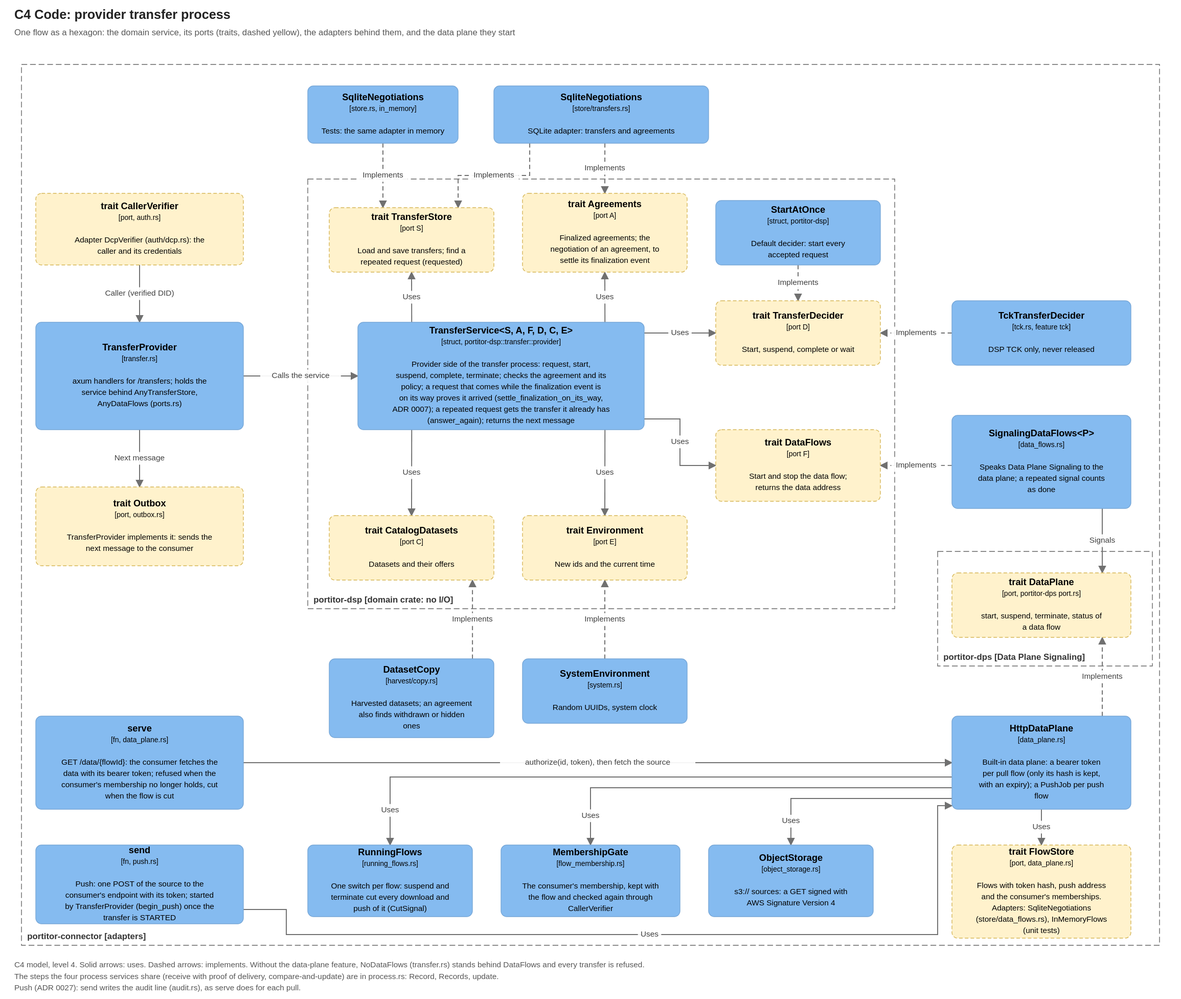
Before: docs/diagrams/c4-transfer-code.drawio.svg, a diagram exported from draw.io (brunopacheco1/portitor). Source tidied: cells renumbered, new cells last; positions are measured from the earlier drawing's top-left corner, leaving out a move shared by most shapes.
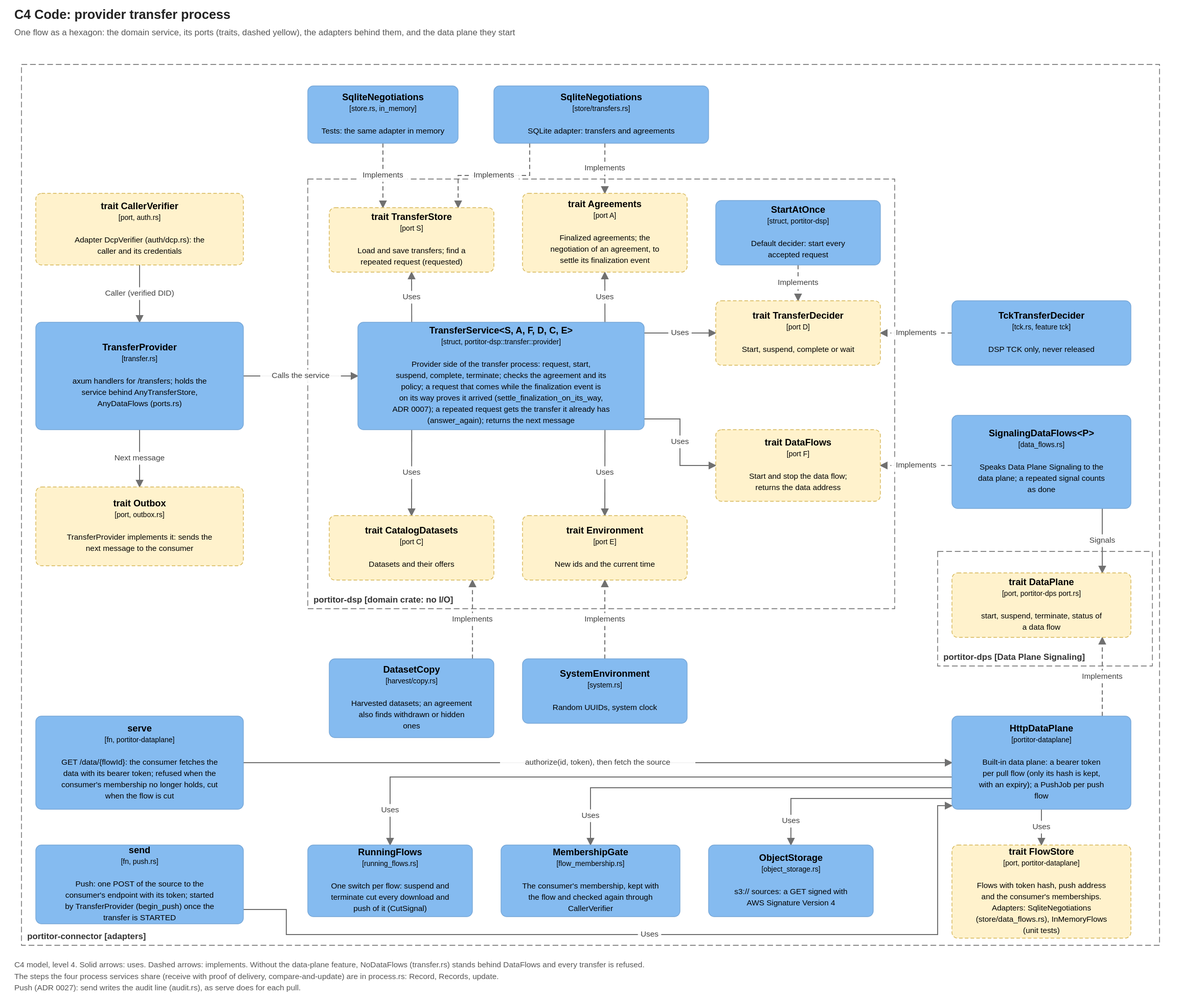
After the change.

Commit message:
Name the data plane crate in the C3 and C4 diagrams

Claude-Session: https://claude.ai/code/session_01Xc1UKxdiG8DmTb2Hs3zFeP

Change to the diagram source:
```diff
@@ -56,10 +56,10 @@
     <mxCell id="19" value="&lt;b&gt;trait DataPlane&lt;/b&gt;&lt;br&gt;&lt;font style=&quot;font-size:10px&quot;&gt;[port, portitor-dps port.rs]&lt;/font&gt;&lt;br&gt;&lt;br&gt;&lt;font style=&quot;font-size:11px&quot;&gt;start, suspend, terminate, status of a data flow&lt;/font&gt;" style="rounded=1;arcSize=8;dashed=1;whiteSpace=wrap;html=1;fillColor=#FFF2CC;strokeColor=#D6B656;fontColor=#000000;fontSize=13;align=center;verticalAlign=middle;c4Kind=port;c4Name=trait DataPlane;" parent="1" vertex="1">
       <mxGeometry x="1310" y="710" width="250" height="90" as="geometry" />
     </mxCell>
-    <mxCell id="20" value="&lt;b&gt;HttpDataPlane&lt;/b&gt;&lt;br&gt;&lt;font style=&quot;font-size:10px&quot;&gt;[data_plane.rs]&lt;/font&gt;&lt;br&gt;&lt;br&gt;&lt;font style=&quot;font-size:11px&quot;&gt;Built-in data plane: a bearer token per pull flow (only its hash is kept, with an expiry); a PushJob per push flow&lt;/font&gt;" style="rounded=1;arcSize=8;whiteSpace=wrap;html=1;fillColor=#85BBF0;strokeColor=#78A8D8;fontColor=#000000;fontSize=13;align=center;verticalAlign=middle;c4Kind=component;c4Name=HttpDataPlane;" parent="1" vertex="1">
+    <mxCell id="20" value="&lt;b&gt;HttpDataPlane&lt;/b&gt;&lt;br&gt;&lt;font style=&quot;font-size:10px&quot;&gt;[portitor-dataplane]&lt;/font&gt;&lt;br&gt;&lt;br&gt;&lt;font style=&quot;font-size:11px&quot;&gt;Built-in data plane: a bearer token per pull flow (only its hash is kept, with an expiry); a PushJob per push flow&lt;/font&gt;" style="rounded=1;arcSize=8;whiteSpace=wrap;html=1;fillColor=#85BBF0;strokeColor=#78A8D8;fontColor=#000000;fontSize=13;align=center;verticalAlign=middle;c4Kind=component;c4Name=HttpDataPlane;" parent="1" vertex="1">
       <mxGeometry x="1310" y="910" width="250" height="130" as="geometry" />
     </mxCell>
-    <mxCell id="21" value="&lt;b&gt;trait FlowStore&lt;/b&gt;&lt;br&gt;&lt;font style=&quot;font-size:10px&quot;&gt;[port, data_plane.rs]&lt;/font&gt;&lt;br&gt;&lt;br&gt;&lt;font style=&quot;font-size:11px&quot;&gt;Flows with token hash, push address and the consumer&amp;#x27;s memberships. Adapters: SqliteNegotiations (store/data_flows.rs), InMemoryFlows (unit tests)&lt;/font&gt;" style="rounded=1;arcSize=8;dashed=1;whiteSpace=wrap;html=1;fillColor=#FFF2CC;strokeColor=#D6B656;fontColor=#000000;fontSize=13;align=center;verticalAlign=middle;c4Kind=port;c4Name=trait FlowStore;" parent="1" vertex="1">
+    <mxCell id="21" value="&lt;b&gt;trait FlowStore&lt;/b&gt;&lt;br&gt;&lt;font style=&quot;font-size:10px&quot;&gt;[port, portitor-dataplane]&lt;/font&gt;&lt;br&gt;&lt;br&gt;&lt;font style=&quot;font-size:11px&quot;&gt;Flows with token hash, push address and the consumer&amp;#x27;s memberships. Adapters: SqliteNegotiations (store/data_flows.rs), InMemoryFlows (unit tests)&lt;/font&gt;" style="rounded=1;arcSize=8;dashed=1;whiteSpace=wrap;html=1;fillColor=#FFF2CC;strokeColor=#D6B656;fontColor=#000000;fontSize=13;align=center;verticalAlign=middle;c4Kind=port;c4Name=trait FlowStore;" parent="1" vertex="1">
       <mxGeometry x="1310" y="1090" width="250" height="130" as="geometry" />
     </mxCell>
     <mxCell id="22" value="&lt;b&gt;TransferProvider&lt;/b&gt;&lt;br&gt;&lt;font style=&quot;font-size:10px&quot;&gt;[transfer.rs]&lt;/font&gt;&lt;br&gt;&lt;br&gt;&lt;font style=&quot;font-size:11px&quot;&gt;axum handlers for /transfers; holds the service behind AnyTransferStore, AnyDataFlows (ports.rs)&lt;/font&gt;" style="rounded=1;arcSize=8;whiteSpace=wrap;html=1;fillColor=#85BBF0;strokeColor=#78A8D8;fontColor=#000000;fontSize=13;align=center;verticalAlign=middle;c4Kind=component;c4Name=TransferProvider;" parent="1" vertex="1">
@@ -71,7 +71,7 @@
     <mxCell id="24" value="&lt;b&gt;trait Outbox&lt;/b&gt;&lt;br&gt;&lt;font style=&quot;font-size:10px&quot;&gt;[port, outbox.rs]&lt;/font&gt;&lt;br&gt;&lt;br&gt;&lt;font style=&quot;font-size:11px&quot;&gt;TransferProvider implements it: sends the next message to the consumer&lt;/font&gt;" style="rounded=1;arcSize=8;dashed=1;whiteSpace=wrap;html=1;fillColor=#FFF2CC;strokeColor=#D6B656;fontColor=#000000;fontSize=13;align=center;verticalAlign=middle;c4Kind=port;c4Name=trait Outbox;" parent="1" vertex="1">
       <mxGeometry x="30" y="590" width="290" height="110" as="geometry" />
     </mxCell>
-    <mxCell id="25" value="&lt;b&gt;serve&lt;/b&gt;&lt;br&gt;&lt;font style=&quot;font-size:10px&quot;&gt;[fn, data_plane.rs]&lt;/font&gt;&lt;br&gt;&lt;br&gt;&lt;font style=&quot;font-size:11px&quot;&gt;GET /data/{flowId}: the consumer fetches the data with its bearer token; refused when the consumer&amp;#x27;s membership no longer holds, cut when the flow is cut&lt;/font&gt;" style="rounded=1;arcSize=8;whiteSpace=wrap;html=1;fillColor=#85BBF0;strokeColor=#78A8D8;fontColor=#000000;fontSize=13;align=center;verticalAlign=middle;c4Kind=component;c4Name=serve;" parent="1" vertex="1">
+    <mxCell id="25" value="&lt;b&gt;serve&lt;/b&gt;&lt;br&gt;&lt;font style=&quot;font-size:10px&quot;&gt;[fn, portitor-dataplane]&lt;/font&gt;&lt;br&gt;&lt;br&gt;&lt;font style=&quot;font-size:11px&quot;&gt;GET /data/{flowId}: the consumer fetches the data with its bearer token; refused when the consumer&amp;#x27;s membership no longer holds, cut when the flow is cut&lt;/font&gt;" style="rounded=1;arcSize=8;whiteSpace=wrap;html=1;fillColor=#85BBF0;strokeColor=#78A8D8;fontColor=#000000;fontSize=13;align=center;verticalAlign=middle;c4Kind=component;c4Name=serve;" parent="1" vertex="1">
       <mxGeometry x="30" y="910" width="290" height="130" as="geometry" />
     </mxCell>
     <mxCell id="26" value="Calls the service" style="endArrow=blockThin;endFill=1;html=1;rounded=0;strokeColor=#707070;fontSize=11;fontColor=#404040;labelBackgroundColor=#FFFFFF;exitX=1.000;exitY=0.500;exitPerimeter=0;entryX=0.000;entryY=0.500;entryPerimeter=0;" parent="1" edge="1" source="22" target="5">
```
